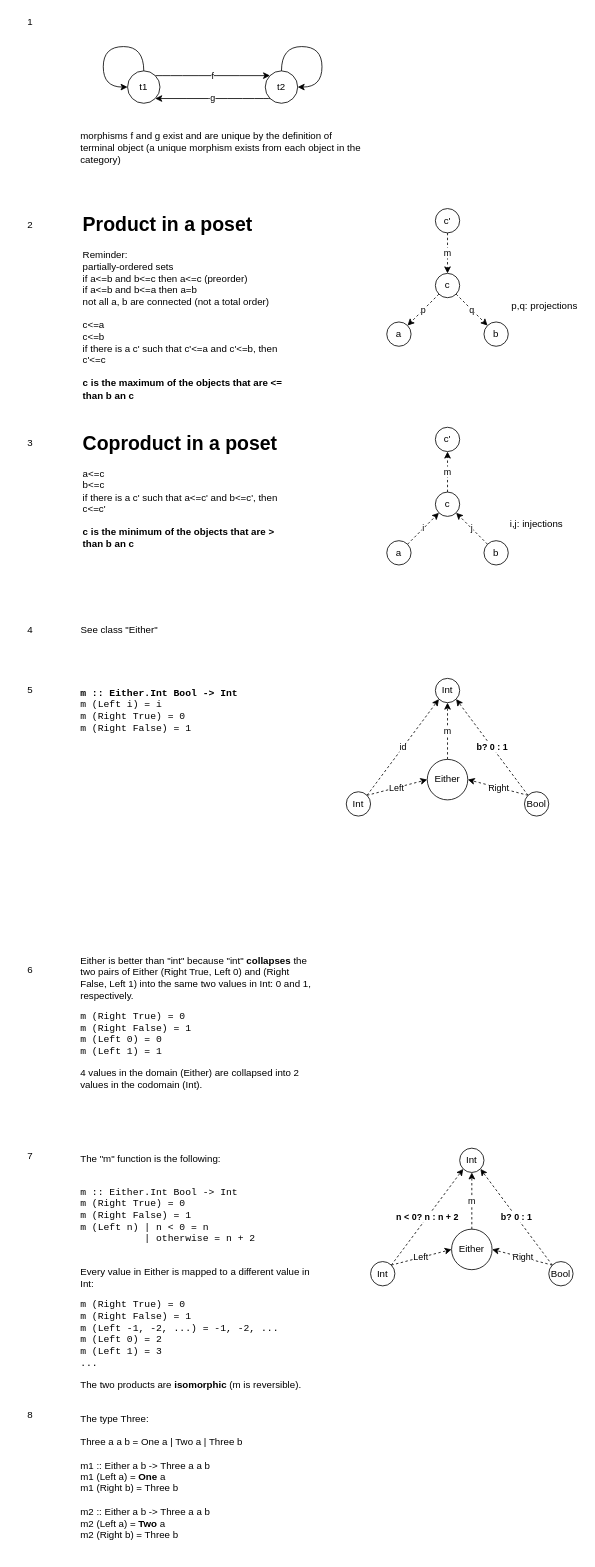
The draw.io diagram ch5.drawio in miladhub/catexercises, before the edit. Source tidied: cells renumbered, new cells numbered last; positions are measured from the earlier drawing's top-left corner, leaving out a move shared by most shapes. Both pictures are drawn from the tidied source at 81%, with x=0, y=0 at pixel (14, 14).
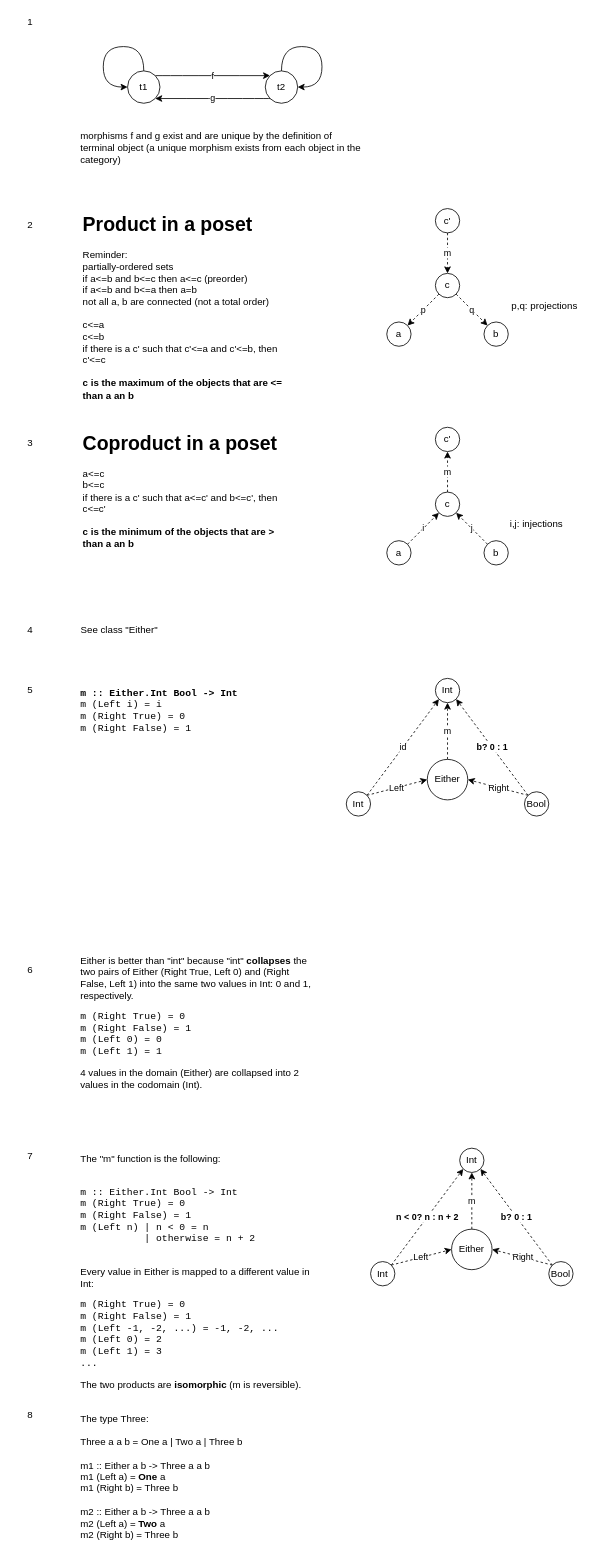
The same diagram, later.

Diff of the diagram source:
```diff
@@
-    <mxCell id="11" value="&lt;h1&gt;Product in a poset&lt;/h1&gt;&lt;p&gt;Reminder:&lt;br&gt;partially-ordered sets&lt;br&gt;if a&amp;lt;=b and b&amp;lt;=c then a&amp;lt;=c (preorder)&lt;br&gt;if a&amp;lt;=b and b&amp;lt;=a then a=b&lt;br&gt;not all a, b are connected (not a total order)&lt;br&gt;&lt;br&gt;c&amp;lt;=a&lt;br&gt;c&amp;lt;=b&lt;br&gt;if there is a c' such that c'&amp;lt;=a and c'&amp;lt;=b, then c'&amp;lt;=c&lt;br&gt;&lt;br&gt;&lt;b&gt;c is the maximum of the objects that are &amp;lt;= than b an c&lt;/b&gt;&lt;/p&gt;" style="text;html=1;strokeColor=none;fillColor=none;spacing=5;spacingTop=-20;whiteSpace=wrap;overflow=hidden;rounded=0;align=left;" parent="1" vertex="1">
+    <mxCell id="11" value="&lt;h1&gt;Product in a poset&lt;/h1&gt;&lt;p&gt;Reminder:&lt;br&gt;partially-ordered sets&lt;br&gt;if a&amp;lt;=b and b&amp;lt;=c then a&amp;lt;=c (preorder)&lt;br&gt;if a&amp;lt;=b and b&amp;lt;=a then a=b&lt;br&gt;not all a, b are connected (not a total order)&lt;br&gt;&lt;br&gt;c&amp;lt;=a&lt;br&gt;c&amp;lt;=b&lt;br&gt;if there is a c' such that c'&amp;lt;=a and c'&amp;lt;=b, then c'&amp;lt;=c&lt;br&gt;&lt;br&gt;&lt;b&gt;c is the maximum of the objects that are &amp;lt;= than a an b&lt;/b&gt;&lt;/p&gt;" style="text;html=1;strokeColor=none;fillColor=none;spacing=5;spacingTop=-20;whiteSpace=wrap;overflow=hidden;rounded=0;align=left;" parent="1" vertex="1">
       <mxGeometry x="80" y="240" width="270" height="240" as="geometry" />
     </mxCell>
@@
-    <mxCell id="21" value="&lt;h1&gt;Coproduct in a poset&lt;/h1&gt;&lt;p&gt;a&amp;lt;=c&lt;br&gt;b&amp;lt;=c&lt;br&gt;if there is a c' such that a&amp;lt;=c' and b&amp;lt;=c', then c&amp;lt;=c'&lt;br&gt;&lt;br&gt;&lt;b&gt;c is the minimum of the objects that are &amp;gt; than b an c&lt;/b&gt;&lt;/p&gt;" style="text;html=1;strokeColor=none;fillColor=none;spacing=5;spacingTop=-20;whiteSpace=wrap;overflow=hidden;rounded=0;align=left;" parent="1" vertex="1">
+    <mxCell id="21" value="&lt;h1&gt;Coproduct in a poset&lt;/h1&gt;&lt;p&gt;a&amp;lt;=c&lt;br&gt;b&amp;lt;=c&lt;br&gt;if there is a c' such that a&amp;lt;=c' and b&amp;lt;=c', then c&amp;lt;=c'&lt;br&gt;&lt;br&gt;&lt;b&gt;c is the minimum of the objects that are &amp;gt; than a an b&lt;/b&gt;&lt;/p&gt;" style="text;html=1;strokeColor=none;fillColor=none;spacing=5;spacingTop=-20;whiteSpace=wrap;overflow=hidden;rounded=0;align=left;" parent="1" vertex="1">
       <mxGeometry x="80" y="510" width="270" height="160" as="geometry" />
     </mxCell>
```
